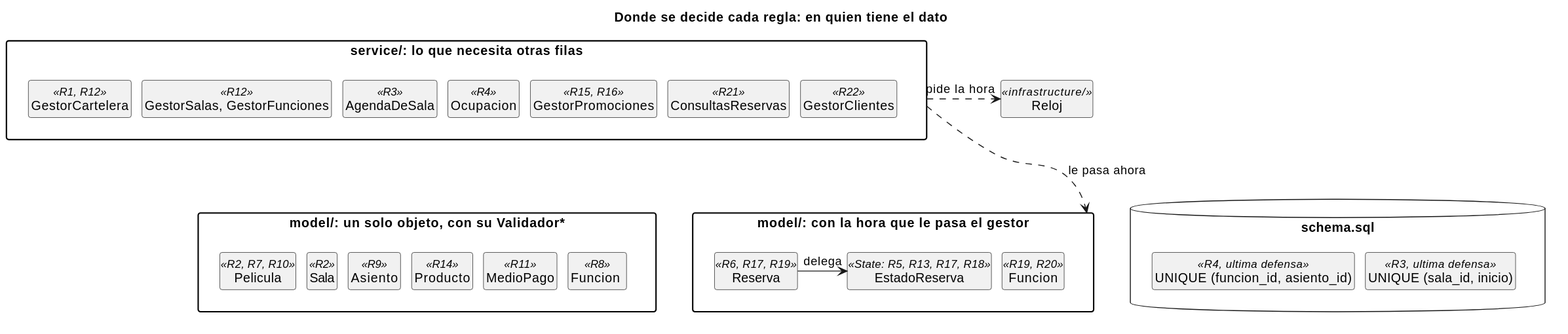
andreiveisuade/cine-uade keeps this PlantUML diagram as _other/docs/diagramas/reglas-donde-viven.svg. Above is the earlier version.
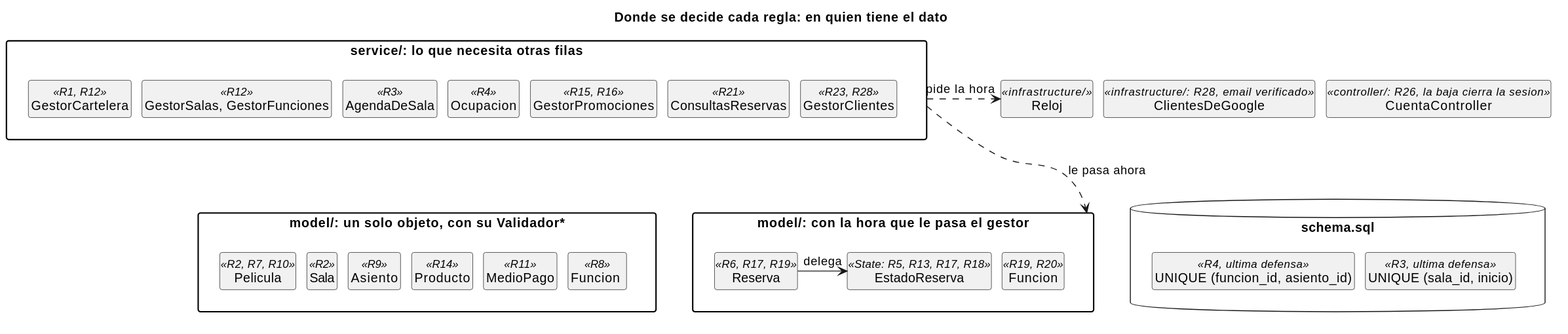
After the change.

What changed in the source:
```diff
@@ -10,6 +10,8 @@
 
 
 class Reloj <<infrastructure/>>
+class ClientesDeGoogle <<infrastructure/: R28, email verificado>>
+class CuentaController <<controller/: R26, la baja cierra la sesion>>
 
 package "service/: lo que necesita otras filas" as srv {
   class GestorCartelera <<R1, R12>>
@@ -18,7 +20,7 @@
   class Ocupacion <<R4>>
   class GestorPromociones <<R15, R16>>
   class ConsultasReservas <<R21>>
-  class GestorClientes <<R22>>
+  class GestorClientes <<R23, R28>>
 }
 
 package "model/: con la hora que le pasa el gestor" as hora {
```
